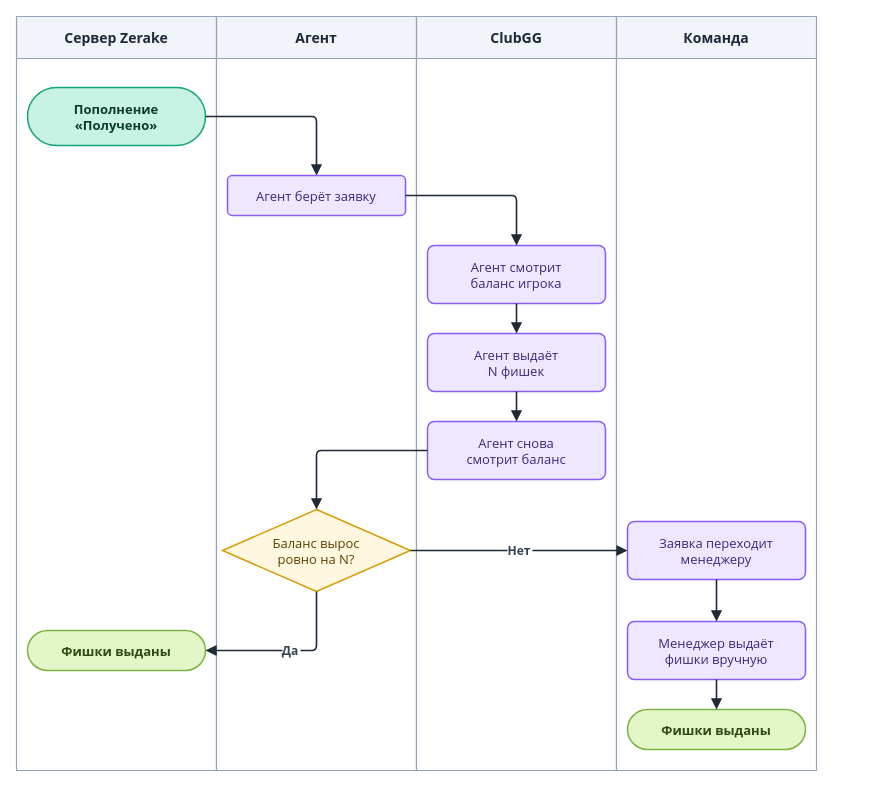
Before: diagrams/drawio/agent.drawio in LILSUFFER/zerake-docs, a draw.io diagram. Source tidied: cells renumbered, new cells numbered last; positions are measured from the earlier drawing's top-left corner, leaving out a move shared by most shapes. Both pictures are drawn from the tidied source at 100%, with x=0, y=0 at pixel (16, 16).
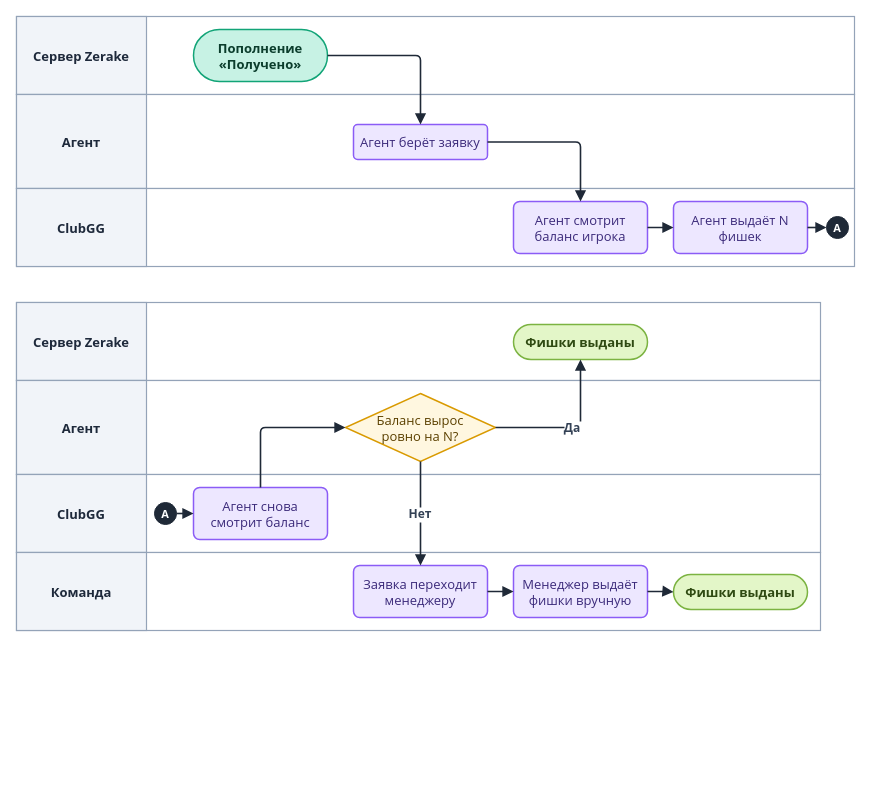
The same page after the edit.

The edit, as a diff of the source:
```diff
@@
-    <mxCell id="2" value="Сервер Zerake" style="swimlane;horizontal=1;startSize=42;fillColor=#F1F4F9;swimlaneFillColor=#FFFFFF;strokeColor=#94A3B8;fontColor=#1E293B;fontStyle=1;fontSize=14;fontFamily=Segoe UI;strokeWidth=1.2;" parent="1" vertex="1">
-      <mxGeometry width="200" height="754" as="geometry" />
-    </mxCell>
-    <mxCell id="3" value="Агент" style="swimlane;horizontal=1;startSize=42;fillColor=#F1F4F9;swimlaneFillColor=#FFFFFF;strokeColor=#94A3B8;fontColor=#1E293B;fontStyle=1;fontSize=14;fontFamily=Segoe UI;strokeWidth=1.2;" parent="1" vertex="1">
-      <mxGeometry x="200" width="200" height="754" as="geometry" />
-    </mxCell>
-    <mxCell id="4" value="ClubGG" style="swimlane;horizontal=1;startSize=42;fillColor=#F1F4F9;swimlaneFillColor=#FFFFFF;strokeColor=#94A3B8;fontColor=#1E293B;fontStyle=1;fontSize=14;fontFamily=Segoe UI;strokeWidth=1.2;" parent="1" vertex="1">
-      <mxGeometry x="400" width="200" height="754" as="geometry" />
-    </mxCell>
+    <mxCell id="25" style="rounded=0;html=0;fillColor=#FFFFFF;strokeColor=#94A3B8;strokeWidth=1.2;" parent="1" vertex="1">
+      <mxGeometry width="838" height="78" as="geometry" />
+    </mxCell>
+    <mxCell id="26" value="Сервер Zerake" style="rounded=0;html=0;fillColor=#F1F4F9;strokeColor=#94A3B8;strokeWidth=1.2;fontColor=#1E293B;fontStyle=1;fontSize=13;fontFamily=Segoe UI;align=center;verticalAlign=middle;" parent="1" vertex="1">
+      <mxGeometry width="130" height="78" as="geometry" />
+    </mxCell>
+    <mxCell id="27" style="rounded=0;html=0;fillColor=#FFFFFF;strokeColor=#94A3B8;strokeWidth=1.2;" parent="1" vertex="1">
+      <mxGeometry y="78" width="838" height="94" as="geometry" />
+    </mxCell>
+    <mxCell id="28" value="Агент" style="rounded=0;html=0;fillColor=#F1F4F9;strokeColor=#94A3B8;strokeWidth=1.2;fontColor=#1E293B;fontStyle=1;fontSize=13;fontFamily=Segoe UI;align=center;verticalAlign=middle;" parent="1" vertex="1">
+      <mxGeometry y="78" width="130" height="94" as="geometry" />
+    </mxCell>
+    <mxCell id="29" style="rounded=0;html=0;fillColor=#FFFFFF;strokeColor=#94A3B8;strokeWidth=1.2;" parent="1" vertex="1">
+      <mxGeometry y="172" width="838" height="78" as="geometry" />
+    </mxCell>
+    <mxCell id="30" value="ClubGG" style="rounded=0;html=0;fillColor=#F1F4F9;strokeColor=#94A3B8;strokeWidth=1.2;fontColor=#1E293B;fontStyle=1;fontSize=13;fontFamily=Segoe UI;align=center;verticalAlign=middle;" parent="1" vertex="1">
+      <mxGeometry y="172" width="130" height="78" as="geometry" />
+    </mxCell>
+    <mxCell id="31" style="rounded=0;html=0;fillColor=#FFFFFF;strokeColor=#94A3B8;strokeWidth=1.2;" parent="1" vertex="1">
+      <mxGeometry y="286" width="804" height="78" as="geometry" />
+    </mxCell>
+    <mxCell id="32" value="Сервер Zerake" style="rounded=0;html=0;fillColor=#F1F4F9;strokeColor=#94A3B8;strokeWidth=1.2;fontColor=#1E293B;fontStyle=1;fontSize=13;fontFamily=Segoe UI;align=center;verticalAlign=middle;" parent="1" vertex="1">
+      <mxGeometry y="286" width="130" height="78" as="geometry" />
+    </mxCell>
+    <mxCell id="33" style="rounded=0;html=0;fillColor=#FFFFFF;strokeColor=#94A3B8;strokeWidth=1.2;" parent="1" vertex="1">
+      <mxGeometry y="364" width="804" height="94" as="geometry" />
+    </mxCell>
+    <mxCell id="34" value="Агент" style="rounded=0;html=0;fillColor=#F1F4F9;strokeColor=#94A3B8;strokeWidth=1.2;fontColor=#1E293B;fontStyle=1;fontSize=13;fontFamily=Segoe UI;align=center;verticalAlign=middle;" parent="1" vertex="1">
+      <mxGeometry y="364" width="130" height="94" as="geometry" />
+    </mxCell>
+    <mxCell id="35" style="rounded=0;html=0;fillColor=#FFFFFF;strokeColor=#94A3B8;strokeWidth=1.2;" parent="1" vertex="1">
+      <mxGeometry y="458" width="804" height="78" as="geometry" />
+    </mxCell>
+    <mxCell id="36" value="ClubGG" style="rounded=0;html=0;fillColor=#F1F4F9;strokeColor=#94A3B8;strokeWidth=1.2;fontColor=#1E293B;fontStyle=1;fontSize=13;fontFamily=Segoe UI;align=center;verticalAlign=middle;" parent="1" vertex="1">
+      <mxGeometry y="458" width="130" height="78" as="geometry" />
+    </mxCell>
+    <mxCell id="37" style="rounded=0;html=0;fillColor=#FFFFFF;strokeColor=#94A3B8;strokeWidth=1.2;" parent="1" vertex="1">
+      <mxGeometry y="536" width="804" height="78" as="geometry" />
+    </mxCell>
-    <mxCell id="5" value="Команда" style="swimlane;horizontal=1;startSize=42;fillColor=#F1F4F9;swimlaneFillColor=#FFFFFF;strokeColor=#94A3B8;fontColor=#1E293B;fontStyle=1;fontSize=14;fontFamily=Segoe UI;strokeWidth=1.2;" parent="1" vertex="1">
-      <mxGeometry x="600" width="200" height="754" as="geometry" />
+    <mxCell id="5" value="Команда" style="rounded=0;html=0;fillColor=#F1F4F9;strokeColor=#94A3B8;strokeWidth=1.2;fontColor=#1E293B;fontStyle=1;fontSize=13;fontFamily=Segoe UI;align=center;verticalAlign=middle;" parent="1" vertex="1">
+      <mxGeometry y="536" width="130" height="78" as="geometry" />
     </mxCell>
     <mxCell id="6" value="Пополнение&#10;«Получено»" style="rounded=1;arcSize=50;html=0;fontStyle=1;fillColor=#C7F2E4;strokeColor=#12A477;fontColor=#0B3D2C;fontFamily=Segoe UI;fontSize=13;strokeWidth=1.5;" parent="1" vertex="1">
-      <mxGeometry x="11" y="71" width="178" height="58" as="geometry" />
+      <mxGeometry x="177" y="13" width="134" height="52" as="geometry" />
     </mxCell>
     <mxCell id="7" value="Агент берёт заявку" style="rounded=1;arcSize=12;html=0;fillColor=#EDE7FF;strokeColor=#8B5CF6;fontColor=#3B2A7A;fontFamily=Segoe UI;fontSize=13;strokeWidth=1.5;" parent="1" vertex="1">
-      <mxGeometry x="211" y="159" width="178" height="40" as="geometry" />
+      <mxGeometry x="337" y="108" width="134" height="35" as="geometry" />
     </mxCell>
     <mxCell id="8" value="Агент смотрит&#10;баланс игрока" style="rounded=1;arcSize=12;html=0;fillColor=#EDE7FF;strokeColor=#8B5CF6;fontColor=#3B2A7A;fontFamily=Segoe UI;fontSize=13;strokeWidth=1.5;" parent="1" vertex="1">
-      <mxGeometry x="411" y="229" width="178" height="58" as="geometry" />
+      <mxGeometry x="497" y="185" width="134" height="52" as="geometry" />
     </mxCell>
-    <mxCell id="9" value="Агент выдаёт&#10;N фишек" style="rounded=1;arcSize=12;html=0;fillColor=#EDE7FF;strokeColor=#8B5CF6;fontColor=#3B2A7A;fontFamily=Segoe UI;fontSize=13;strokeWidth=1.5;" parent="1" vertex="1">
-      <mxGeometry x="411" y="317" width="178" height="58" as="geometry" />
+    <mxCell id="9" value="Агент выдаёт N&#10;фишек" style="rounded=1;arcSize=12;html=0;fillColor=#EDE7FF;strokeColor=#8B5CF6;fontColor=#3B2A7A;fontFamily=Segoe UI;fontSize=13;strokeWidth=1.5;" parent="1" vertex="1">
+      <mxGeometry x="657" y="185" width="134" height="52" as="geometry" />
     </mxCell>
     <mxCell id="10" value="Агент снова&#10;смотрит баланс" style="rounded=1;arcSize=12;html=0;fillColor=#EDE7FF;strokeColor=#8B5CF6;fontColor=#3B2A7A;fontFamily=Segoe UI;fontSize=13;strokeWidth=1.5;" parent="1" vertex="1">
-      <mxGeometry x="411" y="405" width="178" height="58" as="geometry" />
+      <mxGeometry x="177" y="471" width="134" height="52" as="geometry" />
     </mxCell>
     <mxCell id="11" value="Баланс вырос&#10;ровно на N?" style="rhombus;html=0;fillColor=#FFF7E0;strokeColor=#D99A00;fontColor=#5C4100;fontFamily=Segoe UI;fontSize=13;strokeWidth=1.5;" parent="1" vertex="1">
-      <mxGeometry x="206" y="493" width="188" height="82" as="geometry" />
+      <mxGeometry x="329" y="377" width="150" height="68" as="geometry" />
     </mxCell>
     <mxCell id="12" value="Заявка переходит&#10;менеджеру" style="rounded=1;arcSize=12;html=0;fillColor=#EDE7FF;strokeColor=#8B5CF6;fontColor=#3B2A7A;fontFamily=Segoe UI;fontSize=13;strokeWidth=1.5;" parent="1" vertex="1">
-      <mxGeometry x="611" y="505" width="178" height="58" as="geometry" />
+      <mxGeometry x="337" y="549" width="134" height="52" as="geometry" />
     </mxCell>
     <mxCell id="13" value="Фишки выданы" style="rounded=1;arcSize=50;html=0;fontStyle=1;fillColor=#E3F6C8;strokeColor=#7CB342;fontColor=#2F4A12;fontFamily=Segoe UI;fontSize=13;strokeWidth=1.5;" parent="1" vertex="1">
-      <mxGeometry x="11" y="614" width="178" height="40" as="geometry" />
+      <mxGeometry x="497" y="308" width="134" height="35" as="geometry" />
     </mxCell>
     <mxCell id="14" value="Менеджер выдаёт&#10;фишки вручную" style="rounded=1;arcSize=12;html=0;fillColor=#EDE7FF;strokeColor=#8B5CF6;fontColor=#3B2A7A;fontFamily=Segoe UI;fontSize=13;strokeWidth=1.5;" parent="1" vertex="1">
-      <mxGeometry x="611" y="605" width="178" height="58" as="geometry" />
+      <mxGeometry x="497" y="549" width="134" height="52" as="geometry" />
     </mxCell>
     <mxCell id="15" value="Фишки выданы" style="rounded=1;arcSize=50;html=0;fontStyle=1;fillColor=#E3F6C8;strokeColor=#7CB342;fontColor=#2F4A12;fontFamily=Segoe UI;fontSize=13;strokeWidth=1.5;" parent="1" vertex="1">
-      <mxGeometry x="611" y="693" width="178" height="40" as="geometry" />
+      <mxGeometry x="657" y="558" width="134" height="35" as="geometry" />
     </mxCell>
@@
+    <mxCell id="38" value="A" style="ellipse;html=0;fillColor=#1F2937;strokeColor=#1F2937;fontColor=#FFFFFF;fontStyle=1;fontSize=11;fontFamily=Segoe UI;" parent="1" vertex="1">
+      <mxGeometry x="810" y="200" width="22" height="22" as="geometry" />
+    </mxCell>
+    <mxCell id="39" value="A" style="ellipse;html=0;fillColor=#1F2937;strokeColor=#1F2937;fontColor=#FFFFFF;fontStyle=1;fontSize=11;fontFamily=Segoe UI;" parent="1" vertex="1">
+      <mxGeometry x="138" y="486" width="22" height="22" as="geometry" />
+    </mxCell>
-    <mxCell id="19" style="edgeStyle=orthogonalEdgeStyle;rounded=1;arcSize=10;jettySize=auto;html=0;strokeColor=#1F2937;strokeWidth=1.6;endArrow=block;endFill=1;endSize=7;fontFamily=Segoe UI;fontSize=12;fontStyle=1;fontColor=#334155;labelBackgroundColor=#FFFFFF;" parent="1" edge="1" source="9" target="10">
+    <mxCell id="19" style="edgeStyle=orthogonalEdgeStyle;rounded=1;arcSize=10;jettySize=auto;html=0;strokeColor=#1F2937;strokeWidth=1.6;endArrow=block;endFill=1;endSize=7;fontFamily=Segoe UI;fontSize=12;fontStyle=1;fontColor=#334155;labelBackgroundColor=#FFFFFF;exitX=1;exitY=0.5;entryX=0;entryY=0.5;" parent="1" edge="1" source="9" target="38">
       <mxGeometry relative="1" as="geometry" />
     </mxCell>
+    <mxCell id="40" style="edgeStyle=orthogonalEdgeStyle;rounded=1;arcSize=10;jettySize=auto;html=0;strokeColor=#1F2937;strokeWidth=1.6;endArrow=block;endFill=1;endSize=7;fontFamily=Segoe UI;fontSize=12;fontStyle=1;fontColor=#334155;labelBackgroundColor=#FFFFFF;exitX=1;exitY=0.5;entryX=0;entryY=0.5;" parent="1" edge="1" source="39" target="10">
+      <mxGeometry relative="1" as="geometry" />
+    </mxCell>
-    <mxCell id="20" style="edgeStyle=orthogonalEdgeStyle;rounded=1;arcSize=10;jettySize=auto;html=0;strokeColor=#1F2937;strokeWidth=1.6;endArrow=block;endFill=1;endSize=7;fontFamily=Segoe UI;fontSize=12;fontStyle=1;fontColor=#334155;labelBackgroundColor=#FFFFFF;exitX=0;exitY=0.5;entryX=0.5;entryY=0;" parent="1" edge="1" source="10" target="11">
+    <mxCell id="20" style="edgeStyle=orthogonalEdgeStyle;rounded=1;arcSize=10;jettySize=auto;html=0;strokeColor=#1F2937;strokeWidth=1.6;endArrow=block;endFill=1;endSize=7;fontFamily=Segoe UI;fontSize=12;fontStyle=1;fontColor=#334155;labelBackgroundColor=#FFFFFF;exitX=0.5;exitY=0;entryX=0;entryY=0.5;" parent="1" edge="1" source="10" target="11">
       <mxGeometry relative="1" as="geometry" />
     </mxCell>
-    <mxCell id="21" value="Да" style="edgeStyle=orthogonalEdgeStyle;rounded=1;arcSize=10;jettySize=auto;html=0;strokeColor=#1F2937;strokeWidth=1.6;endArrow=block;endFill=1;endSize=7;fontFamily=Segoe UI;fontSize=12;fontStyle=1;fontColor=#334155;labelBackgroundColor=#FFFFFF;exitX=0.5;exitY=1;entryX=1;entryY=0.5;" parent="1" edge="1" source="11" target="13">
+    <mxCell id="21" value="Да" style="edgeStyle=orthogonalEdgeStyle;rounded=1;arcSize=10;jettySize=auto;html=0;strokeColor=#1F2937;strokeWidth=1.6;endArrow=block;endFill=1;endSize=7;fontFamily=Segoe UI;fontSize=12;fontStyle=1;fontColor=#334155;labelBackgroundColor=#FFFFFF;exitX=1;exitY=0.5;entryX=0.5;entryY=1;" parent="1" edge="1" source="11" target="13">
       <mxGeometry relative="1" as="geometry" />
     </mxCell>
```
